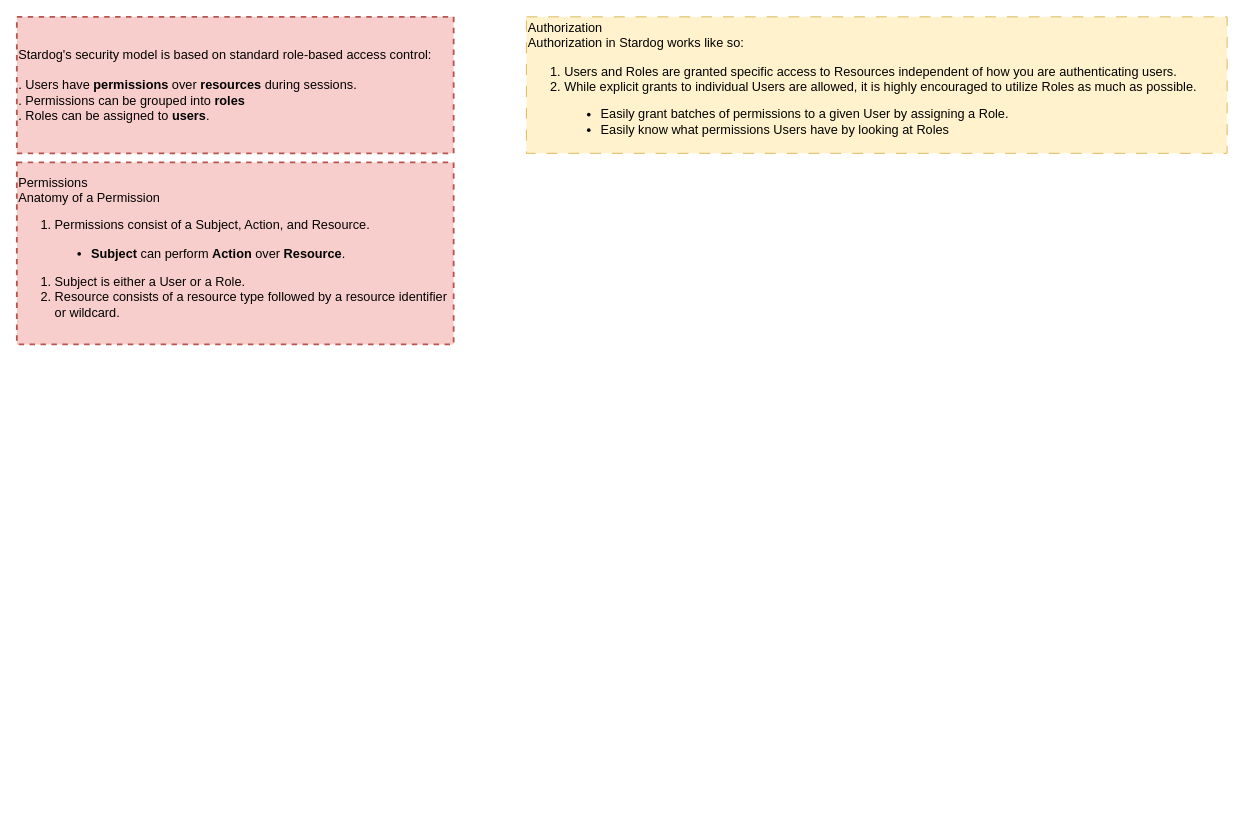
Earlier version of the draw.io diagram Stardog_Authentication.drawio (tyk1hc/drawio). Source tidied: cells renumbered, new cells numbered last; positions are measured from the earlier drawing's top-left corner, leaving out a move shared by most shapes. Both pictures are drawn from the tidied source at 91%, with x=0, y=0 at pixel (16, 16).
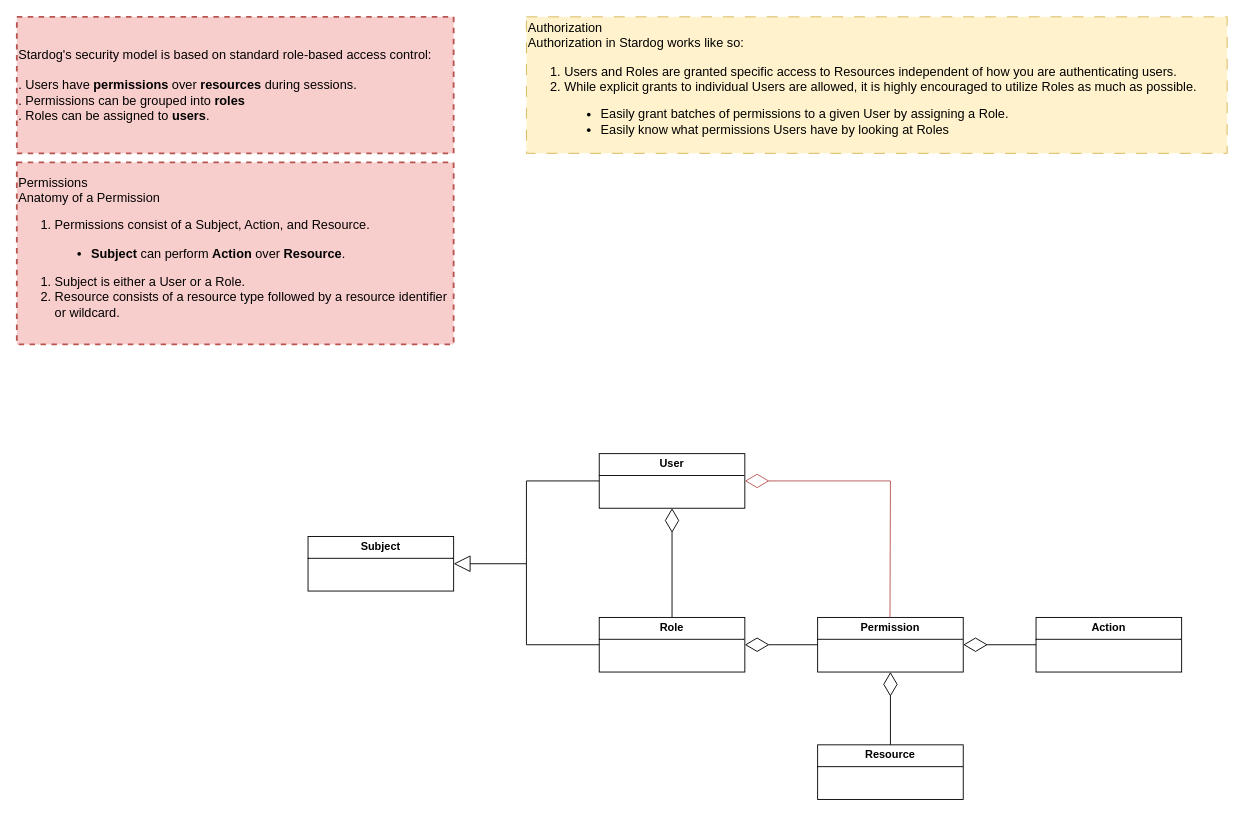
Above is the later version.

What changed in the source:
```diff
@@
+    <mxCell id="5" value="&lt;p style=&quot;margin:0px;margin-top:4px;text-align:center;&quot;&gt;&lt;b&gt;Subject&lt;/b&gt;&lt;/p&gt;&lt;hr style=&quot;border-style:solid;&quot; size=&quot;1&quot;&gt;&lt;div style=&quot;height:2px;&quot;&gt;&lt;/div&gt;" style="verticalAlign=top;align=left;overflow=fill;html=1;whiteSpace=wrap;" parent="1" vertex="1">
+      <mxGeometry x="320" y="571" width="160" height="60" as="geometry" />
+    </mxCell>
+    <mxCell id="6" value="&lt;p style=&quot;margin:0px;margin-top:4px;text-align:center;&quot;&gt;&lt;b&gt;User&lt;/b&gt;&lt;/p&gt;&lt;hr style=&quot;border-style:solid;&quot; size=&quot;1&quot;&gt;&lt;div style=&quot;height:2px;&quot;&gt;&lt;/div&gt;" style="verticalAlign=top;align=left;overflow=fill;html=1;whiteSpace=wrap;" parent="1" vertex="1">
+      <mxGeometry x="640" y="480" width="160" height="60" as="geometry" />
+    </mxCell>
+    <mxCell id="7" value="&lt;p style=&quot;margin:0px;margin-top:4px;text-align:center;&quot;&gt;&lt;b&gt;Action&lt;/b&gt;&lt;/p&gt;&lt;hr style=&quot;border-style:solid;&quot; size=&quot;1&quot;&gt;&lt;div style=&quot;height:2px;&quot;&gt;&lt;/div&gt;" style="verticalAlign=top;align=left;overflow=fill;html=1;whiteSpace=wrap;" parent="1" vertex="1">
+      <mxGeometry x="1120" y="660" width="160" height="60" as="geometry" />
+    </mxCell>
+    <mxCell id="8" value="&lt;p style=&quot;margin:0px;margin-top:4px;text-align:center;&quot;&gt;&lt;b&gt;Resource&lt;/b&gt;&lt;br&gt;&lt;/p&gt;&lt;hr style=&quot;border-style:solid;&quot; size=&quot;1&quot;&gt;&lt;div style=&quot;height:2px;&quot;&gt;&lt;/div&gt;" style="verticalAlign=top;align=left;overflow=fill;html=1;whiteSpace=wrap;" parent="1" vertex="1">
+      <mxGeometry x="880" y="800" width="160" height="60" as="geometry" />
+    </mxCell>
+    <mxCell id="9" value="&lt;p style=&quot;margin:0px;margin-top:4px;text-align:center;&quot;&gt;&lt;b&gt;Permission&lt;/b&gt;&lt;/p&gt;&lt;hr style=&quot;border-style:solid;&quot; size=&quot;1&quot;&gt;&lt;div style=&quot;height:2px;&quot;&gt;&lt;/div&gt;" style="verticalAlign=top;align=left;overflow=fill;html=1;whiteSpace=wrap;" parent="1" vertex="1">
+      <mxGeometry x="880" y="660" width="160" height="60" as="geometry" />
+    </mxCell>
+    <mxCell id="10" style="endArrow=diamondThin;endFill=0;endSize=24;html=1;rounded=0;entryX=0.5;entryY=1;entryDx=0;entryDy=0;" parent="1" edge="1" target="9">
+      <mxGeometry relative="1" as="geometry">
+        <mxPoint x="960" y="800" as="sourcePoint" />
+      </mxGeometry>
+    </mxCell>
+    <mxCell id="11" style="endArrow=diamondThin;endFill=0;endSize=24;html=1;rounded=0;entryX=1;entryY=0.5;entryDx=0;entryDy=0;" parent="1" edge="1" target="9">
+      <mxGeometry relative="1" as="geometry">
+        <mxPoint x="1120" y="690" as="sourcePoint" />
+      </mxGeometry>
+    </mxCell>
+    <mxCell id="12" value="&lt;p style=&quot;margin:0px;margin-top:4px;text-align:center;&quot;&gt;&lt;b&gt;Role&lt;/b&gt;&lt;/p&gt;&lt;hr style=&quot;border-style:solid;&quot; size=&quot;1&quot;&gt;&lt;div style=&quot;height:2px;&quot;&gt;&lt;/div&gt;" style="verticalAlign=top;align=left;overflow=fill;html=1;whiteSpace=wrap;" parent="1" vertex="1">
+      <mxGeometry x="640" y="660" width="160" height="60" as="geometry" />
+    </mxCell>
+    <mxCell id="13" style="endArrow=diamondThin;endFill=0;endSize=24;html=1;rounded=0;exitX=0;exitY=0.5;exitDx=0;exitDy=0;" parent="1" edge="1" source="9" target="12">
+      <mxGeometry relative="1" as="geometry" />
+    </mxCell>
+    <mxCell id="14" style="endArrow=diamondThin;endFill=0;endSize=24;html=1;rounded=0;entryX=0.5;entryY=1;entryDx=0;entryDy=0;" parent="1" edge="1" source="12" target="6">
+      <mxGeometry relative="1" as="geometry" />
+    </mxCell>
+    <mxCell id="15" style="endArrow=block;endSize=16;endFill=0;html=1;rounded=0;entryX=1;entryY=0.5;entryDx=0;entryDy=0;" parent="1" edge="1" target="5">
+      <mxGeometry relative="1" as="geometry">
+        <mxPoint x="560" y="601" as="sourcePoint" />
+      </mxGeometry>
+    </mxCell>
+    <mxCell id="16" style="endArrow=none;html=1;rounded=0;entryX=0;entryY=0.5;entryDx=0;entryDy=0;" parent="1" edge="1" target="6">
+      <mxGeometry relative="1" as="geometry">
+        <mxPoint x="560" y="590" as="sourcePoint" />
+        <Array as="points">
+          <mxPoint x="560" y="510" />
+        </Array>
+      </mxGeometry>
+    </mxCell>
+    <mxCell id="17" style="endArrow=none;html=1;rounded=0;exitX=0;exitY=0.5;exitDx=0;exitDy=0;" parent="1" edge="1" source="12">
+      <mxGeometry relative="1" as="geometry">
+        <mxPoint x="560" y="590" as="targetPoint" />
+        <Array as="points">
+          <mxPoint x="560" y="690" />
+        </Array>
+      </mxGeometry>
+    </mxCell>
+    <mxCell id="18" style="endArrow=diamondThin;endFill=0;endSize=24;html=1;rounded=0;entryX=1;entryY=0.5;entryDx=0;entryDy=0;fillColor=#f8cecc;strokeColor=#b85450;" parent="1" edge="1" target="6">
+      <mxGeometry relative="1" as="geometry">
+        <mxPoint x="959.5" y="660" as="sourcePoint" />
+        <Array as="points">
+          <mxPoint x="960" y="510" />
+        </Array>
+      </mxGeometry>
+    </mxCell>
```
